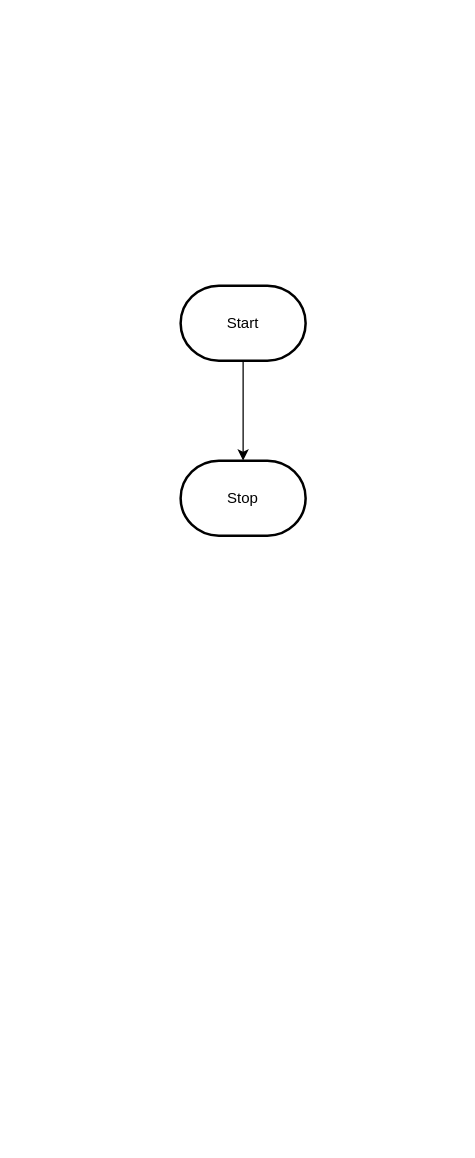
Before: design/flowchart.drawio in MTHS-ICD2O-1-2023/ICD2O-Unit-5-07-Julianne-Leblanc-Peltier, a draw.io diagram. Source tidied: cells renumbered, new cells numbered last; positions are measured from the earlier drawing's top-left corner, leaving out a move shared by most shapes. Both pictures are drawn from the tidied source at 125%, with x=0, y=0 at pixel (180, 285).
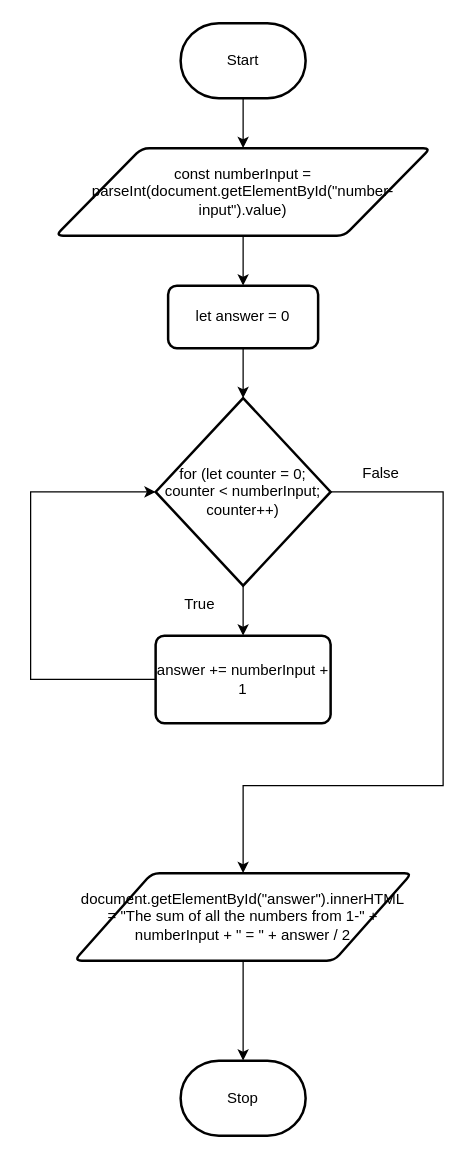
The same page after the edit.

Commit message (it also covers changes not shown here):
added storyboard + flowchart

Diff of the diagram source:
```diff
@@
-    <mxCell id="2" style="edgeStyle=orthogonalEdgeStyle;html=1;rounded=0;" parent="1" edge="1" source="3" target="4">
-      <mxGeometry relative="1" as="geometry" />
-    </mxCell>
+    <mxCell id="5" style="edgeStyle=none;html=1;exitX=0.5;exitY=1;exitDx=0;exitDy=0;exitPerimeter=0;entryX=0.5;entryY=0;entryDx=0;entryDy=0;" parent="1" edge="1" source="3" target="7">
+      <mxGeometry relative="1" as="geometry" />
+    </mxCell>
     <mxCell id="3" value="Start" style="strokeWidth=2;html=1;shape=mxgraph.flowchart.terminator;whiteSpace=wrap;" parent="1" vertex="1">
-      <mxGeometry width="100" height="60" as="geometry" />
+      <mxGeometry y="-210" width="100" height="60" as="geometry" />
     </mxCell>
     <mxCell id="4" value="Stop" style="strokeWidth=2;html=1;shape=mxgraph.flowchart.terminator;whiteSpace=wrap;" parent="1" vertex="1">
-      <mxGeometry y="140" width="100" height="60" as="geometry" />
+      <mxGeometry y="620" width="100" height="60" as="geometry" />
     </mxCell>
+    <mxCell id="6" style="edgeStyle=none;html=1;exitX=0.5;exitY=1;exitDx=0;exitDy=0;entryX=0.5;entryY=0;entryDx=0;entryDy=0;" parent="1" edge="1" source="7" target="9">
+      <mxGeometry relative="1" as="geometry" />
+    </mxCell>
+    <mxCell id="7" value="const numberInput = parseInt(document.getElementById(&quot;number-input&quot;).value)" style="shape=parallelogram;html=1;strokeWidth=2;perimeter=parallelogramPerimeter;whiteSpace=wrap;rounded=1;arcSize=12;size=0.23;" parent="1" vertex="1">
+      <mxGeometry x="-100" y="-110" width="300" height="70" as="geometry" />
+    </mxCell>
+    <mxCell id="8" style="edgeStyle=none;html=1;exitX=0.5;exitY=1;exitDx=0;exitDy=0;entryX=0.5;entryY=0;entryDx=0;entryDy=0;entryPerimeter=0;" parent="1" edge="1" source="9" target="12">
+      <mxGeometry relative="1" as="geometry" />
+    </mxCell>
+    <mxCell id="9" value="let answer = 0" style="rounded=1;whiteSpace=wrap;html=1;absoluteArcSize=1;arcSize=14;strokeWidth=2;" parent="1" vertex="1">
+      <mxGeometry x="-10" width="120" height="50" as="geometry" />
+    </mxCell>
+    <mxCell id="10" style="edgeStyle=none;html=1;exitX=0.5;exitY=1;exitDx=0;exitDy=0;exitPerimeter=0;entryX=0.5;entryY=0;entryDx=0;entryDy=0;" parent="1" edge="1" source="12" target="14">
+      <mxGeometry relative="1" as="geometry" />
+    </mxCell>
+    <mxCell id="11" style="edgeStyle=none;html=1;exitX=1;exitY=0.5;exitDx=0;exitDy=0;exitPerimeter=0;rounded=0;entryX=0.5;entryY=0;entryDx=0;entryDy=0;" parent="1" edge="1" source="12" target="17">
+      <mxGeometry relative="1" as="geometry">
+        <Array as="points">
+          <mxPoint x="210" y="165" />
+          <mxPoint x="210" y="400" />
+          <mxPoint x="50" y="400" />
+        </Array>
+      </mxGeometry>
+    </mxCell>
+    <mxCell id="12" value="for (let counter = 0; counter &amp;lt; numberInput; counter++)" style="strokeWidth=2;html=1;shape=mxgraph.flowchart.decision;whiteSpace=wrap;" parent="1" vertex="1">
+      <mxGeometry x="-20" y="90" width="140" height="150" as="geometry" />
+    </mxCell>
+    <mxCell id="13" style="edgeStyle=none;rounded=0;html=1;exitX=0;exitY=0.5;exitDx=0;exitDy=0;entryX=0;entryY=0.5;entryDx=0;entryDy=0;entryPerimeter=0;" parent="1" edge="1" source="14" target="12">
+      <mxGeometry relative="1" as="geometry">
+        <Array as="points">
+          <mxPoint x="-120" y="315" />
+          <mxPoint x="-120" y="165" />
+        </Array>
+      </mxGeometry>
+    </mxCell>
+    <mxCell id="14" value="answer += numberInput + 1" style="rounded=1;whiteSpace=wrap;html=1;absoluteArcSize=1;arcSize=14;strokeWidth=2;" parent="1" vertex="1">
+      <mxGeometry x="-20" y="280" width="140" height="70" as="geometry" />
+    </mxCell>
+    <mxCell id="15" value="True" style="text;html=1;align=center;verticalAlign=middle;strokeColor=none;fillColor=none;" parent="1" vertex="1">
+      <mxGeometry x="-10" y="240" width="50" height="30" as="geometry" />
+    </mxCell>
+    <mxCell id="16" style="edgeStyle=none;html=1;exitX=0.5;exitY=1;exitDx=0;exitDy=0;entryX=0.5;entryY=0;entryDx=0;entryDy=0;entryPerimeter=0;" parent="1" edge="1" source="17" target="4">
+      <mxGeometry relative="1" as="geometry" />
+    </mxCell>
+    <mxCell id="17" value="document.getElementById(&quot;answer&quot;).innerHTML = &quot;The sum of all the numbers from 1-&quot; + numberInput + &quot; = &quot; + answer / 2" style="shape=parallelogram;html=1;strokeWidth=2;perimeter=parallelogramPerimeter;whiteSpace=wrap;rounded=1;arcSize=12;size=0.23;" parent="1" vertex="1">
+      <mxGeometry x="-85" y="470" width="270" height="70" as="geometry" />
+    </mxCell>
+    <mxCell id="18" value="False" style="text;html=1;align=center;verticalAlign=middle;strokeColor=none;fillColor=none;" parent="1" vertex="1">
+      <mxGeometry x="135" y="135" width="50" height="30" as="geometry" />
+    </mxCell>
```
